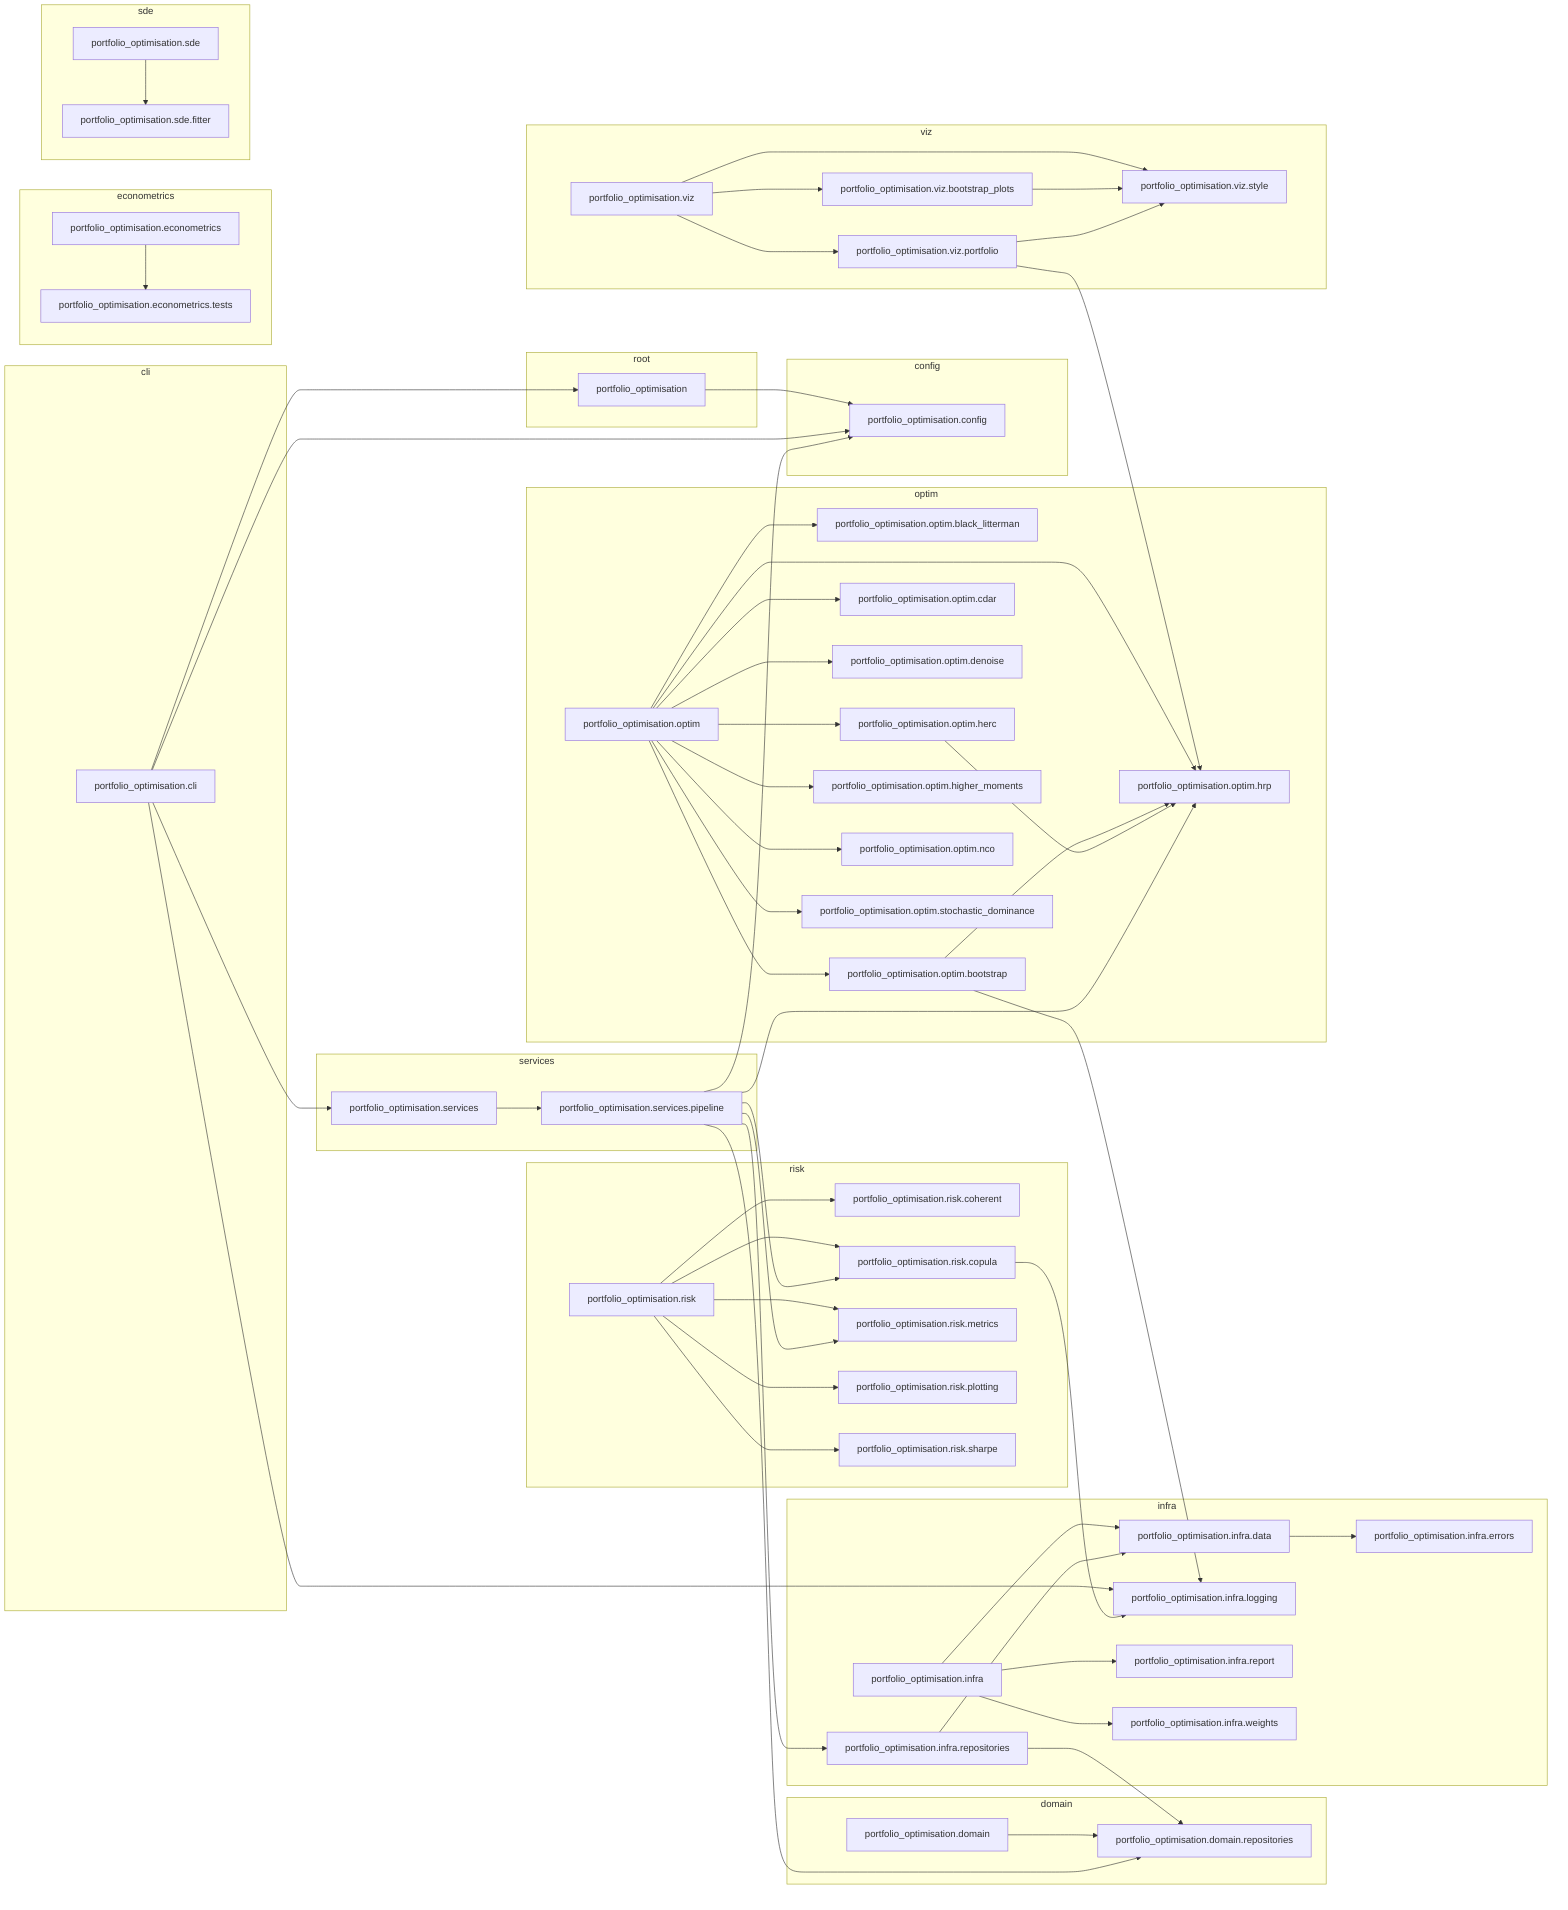
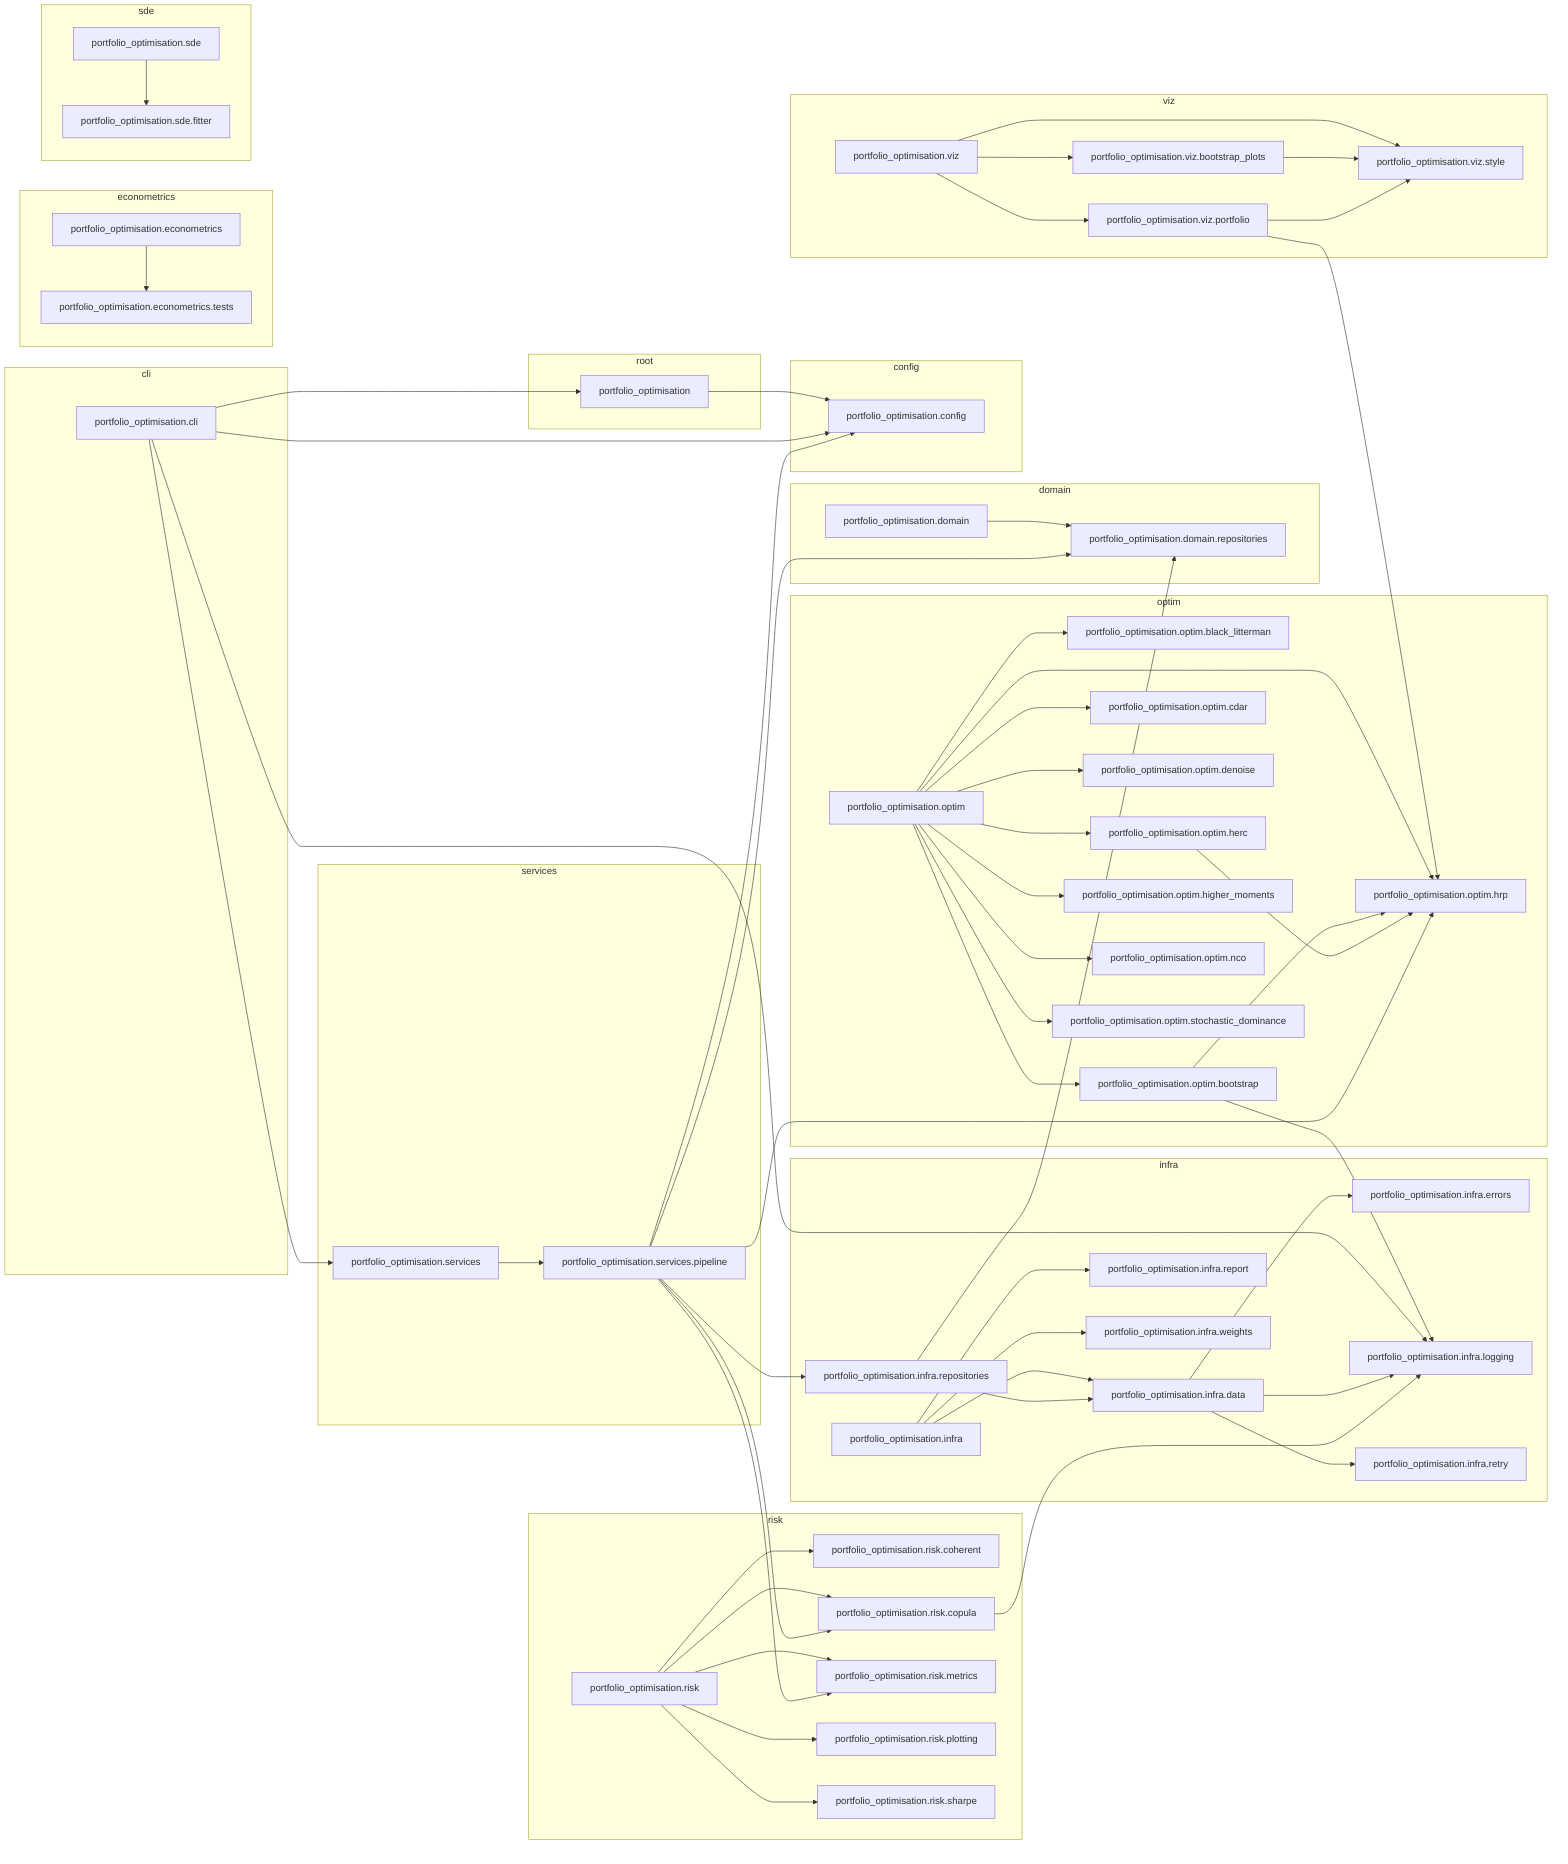
flowchart LR
    subgraph cli
        portfolio_optimisation_cli["portfolio_optimisation.cli"]
    end
    subgraph config
        portfolio_optimisation_config["portfolio_optimisation.config"]
    end
    subgraph domain
        portfolio_optimisation_domain["portfolio_optimisation.domain"]
        portfolio_optimisation_domain_repositories["portfolio_optimisation.domain.repositories"]
    end
    subgraph econometrics
        portfolio_optimisation_econometrics["portfolio_optimisation.econometrics"]
        portfolio_optimisation_econometrics_tests["portfolio_optimisation.econometrics.tests"]
    end
    subgraph infra
        portfolio_optimisation_infra["portfolio_optimisation.infra"]
        portfolio_optimisation_infra_data["portfolio_optimisation.infra.data"]
        portfolio_optimisation_infra_errors["portfolio_optimisation.infra.errors"]
        portfolio_optimisation_infra_logging["portfolio_optimisation.infra.logging"]
        portfolio_optimisation_infra_report["portfolio_optimisation.infra.report"]
        portfolio_optimisation_infra_repositories["portfolio_optimisation.infra.repositories"]
+         portfolio_optimisation_infra_retry["portfolio_optimisation.infra.retry"]
        portfolio_optimisation_infra_weights["portfolio_optimisation.infra.weights"]
    end
    subgraph optim
        portfolio_optimisation_optim["portfolio_optimisation.optim"]
        portfolio_optimisation_optim_black_litterman["portfolio_optimisation.optim.black_litterman"]
        portfolio_optimisation_optim_bootstrap["portfolio_optimisation.optim.bootstrap"]
        portfolio_optimisation_optim_cdar["portfolio_optimisation.optim.cdar"]
        portfolio_optimisation_optim_denoise["portfolio_optimisation.optim.denoise"]
        portfolio_optimisation_optim_herc["portfolio_optimisation.optim.herc"]
        portfolio_optimisation_optim_higher_moments["portfolio_optimisation.optim.higher_moments"]
        portfolio_optimisation_optim_hrp["portfolio_optimisation.optim.hrp"]
        portfolio_optimisation_optim_nco["portfolio_optimisation.optim.nco"]
        portfolio_optimisation_optim_stochastic_dominance["portfolio_optimisation.optim.stochastic_dominance"]
    end
    subgraph risk
        portfolio_optimisation_risk["portfolio_optimisation.risk"]
        portfolio_optimisation_risk_coherent["portfolio_optimisation.risk.coherent"]
        portfolio_optimisation_risk_copula["portfolio_optimisation.risk.copula"]
        portfolio_optimisation_risk_metrics["portfolio_optimisation.risk.metrics"]
        portfolio_optimisation_risk_plotting["portfolio_optimisation.risk.plotting"]
        portfolio_optimisation_risk_sharpe["portfolio_optimisation.risk.sharpe"]
    end
    subgraph root
        portfolio_optimisation["portfolio_optimisation"]
    end
    subgraph sde
        portfolio_optimisation_sde["portfolio_optimisation.sde"]
        portfolio_optimisation_sde_fitter["portfolio_optimisation.sde.fitter"]
    end
    subgraph services
        portfolio_optimisation_services["portfolio_optimisation.services"]
        portfolio_optimisation_services_pipeline["portfolio_optimisation.services.pipeline"]
    end
    subgraph viz
        portfolio_optimisation_viz["portfolio_optimisation.viz"]
        portfolio_optimisation_viz_bootstrap_plots["portfolio_optimisation.viz.bootstrap_plots"]
        portfolio_optimisation_viz_portfolio["portfolio_optimisation.viz.portfolio"]
        portfolio_optimisation_viz_style["portfolio_optimisation.viz.style"]
    end
    portfolio_optimisation --> portfolio_optimisation_config
    portfolio_optimisation_cli --> portfolio_optimisation
    portfolio_optimisation_cli --> portfolio_optimisation_config
    portfolio_optimisation_cli --> portfolio_optimisation_infra_logging
    portfolio_optimisation_cli --> portfolio_optimisation_services
    portfolio_optimisation_domain --> portfolio_optimisation_domain_repositories
    portfolio_optimisation_econometrics --> portfolio_optimisation_econometrics_tests
    portfolio_optimisation_infra --> portfolio_optimisation_infra_data
    portfolio_optimisation_infra --> portfolio_optimisation_infra_report
    portfolio_optimisation_infra --> portfolio_optimisation_infra_weights
    portfolio_optimisation_infra_data --> portfolio_optimisation_infra_errors
+     portfolio_optimisation_infra_data --> portfolio_optimisation_infra_logging
+     portfolio_optimisation_infra_data --> portfolio_optimisation_infra_retry
    portfolio_optimisation_infra_repositories --> portfolio_optimisation_domain_repositories
    portfolio_optimisation_infra_repositories --> portfolio_optimisation_infra_data
    portfolio_optimisation_optim --> portfolio_optimisation_optim_black_litterman
    portfolio_optimisation_optim --> portfolio_optimisation_optim_bootstrap
    portfolio_optimisation_optim --> portfolio_optimisation_optim_cdar
    portfolio_optimisation_optim --> portfolio_optimisation_optim_denoise
    portfolio_optimisation_optim --> portfolio_optimisation_optim_herc
    portfolio_optimisation_optim --> portfolio_optimisation_optim_higher_moments
    portfolio_optimisation_optim --> portfolio_optimisation_optim_hrp
    portfolio_optimisation_optim --> portfolio_optimisation_optim_nco
    portfolio_optimisation_optim --> portfolio_optimisation_optim_stochastic_dominance
    portfolio_optimisation_optim_bootstrap --> portfolio_optimisation_infra_logging
    portfolio_optimisation_optim_bootstrap --> portfolio_optimisation_optim_hrp
    portfolio_optimisation_optim_herc --> portfolio_optimisation_optim_hrp
    portfolio_optimisation_risk --> portfolio_optimisation_risk_coherent
    portfolio_optimisation_risk --> portfolio_optimisation_risk_copula
    portfolio_optimisation_risk --> portfolio_optimisation_risk_metrics
    portfolio_optimisation_risk --> portfolio_optimisation_risk_plotting
    portfolio_optimisation_risk --> portfolio_optimisation_risk_sharpe
    portfolio_optimisation_risk_copula --> portfolio_optimisation_infra_logging
    portfolio_optimisation_sde --> portfolio_optimisation_sde_fitter
    portfolio_optimisation_services --> portfolio_optimisation_services_pipeline
    portfolio_optimisation_services_pipeline --> portfolio_optimisation_config
    portfolio_optimisation_services_pipeline --> portfolio_optimisation_domain_repositories
    portfolio_optimisation_services_pipeline --> portfolio_optimisation_infra_repositories
    portfolio_optimisation_services_pipeline --> portfolio_optimisation_optim_hrp
    portfolio_optimisation_services_pipeline --> portfolio_optimisation_risk_copula
    portfolio_optimisation_services_pipeline --> portfolio_optimisation_risk_metrics
    portfolio_optimisation_viz --> portfolio_optimisation_viz_bootstrap_plots
    portfolio_optimisation_viz --> portfolio_optimisation_viz_portfolio
    portfolio_optimisation_viz --> portfolio_optimisation_viz_style
    portfolio_optimisation_viz_bootstrap_plots --> portfolio_optimisation_viz_style
    portfolio_optimisation_viz_portfolio --> portfolio_optimisation_optim_hrp
    portfolio_optimisation_viz_portfolio --> portfolio_optimisation_viz_style
